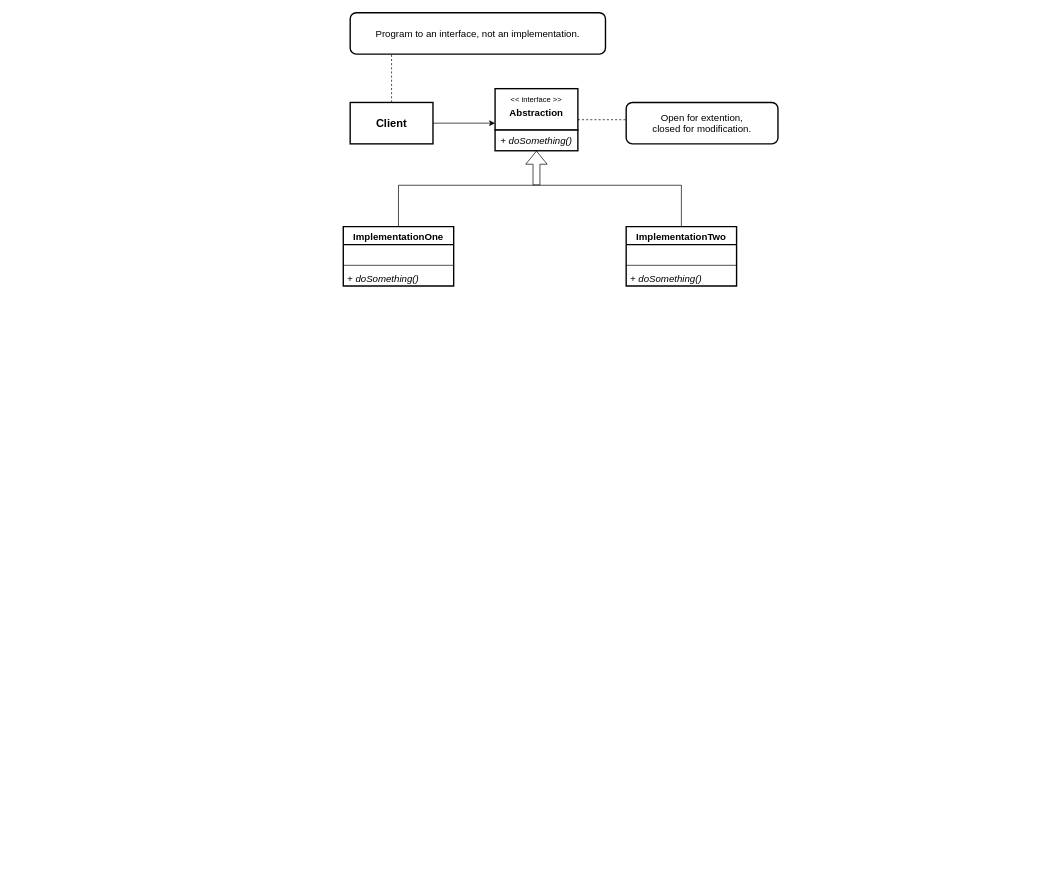
This is Untitled Diagram.drawio from tuihoclaptrinh/air-condition, a draw.io file, before an edit. Source tidied: cells renumbered, new cells numbered last; positions are measured from the earlier drawing's top-left corner, leaving out a move shared by most shapes. Both pictures are drawn from the tidied source at 69%, with x=0, y=0 at pixel (343, 12).
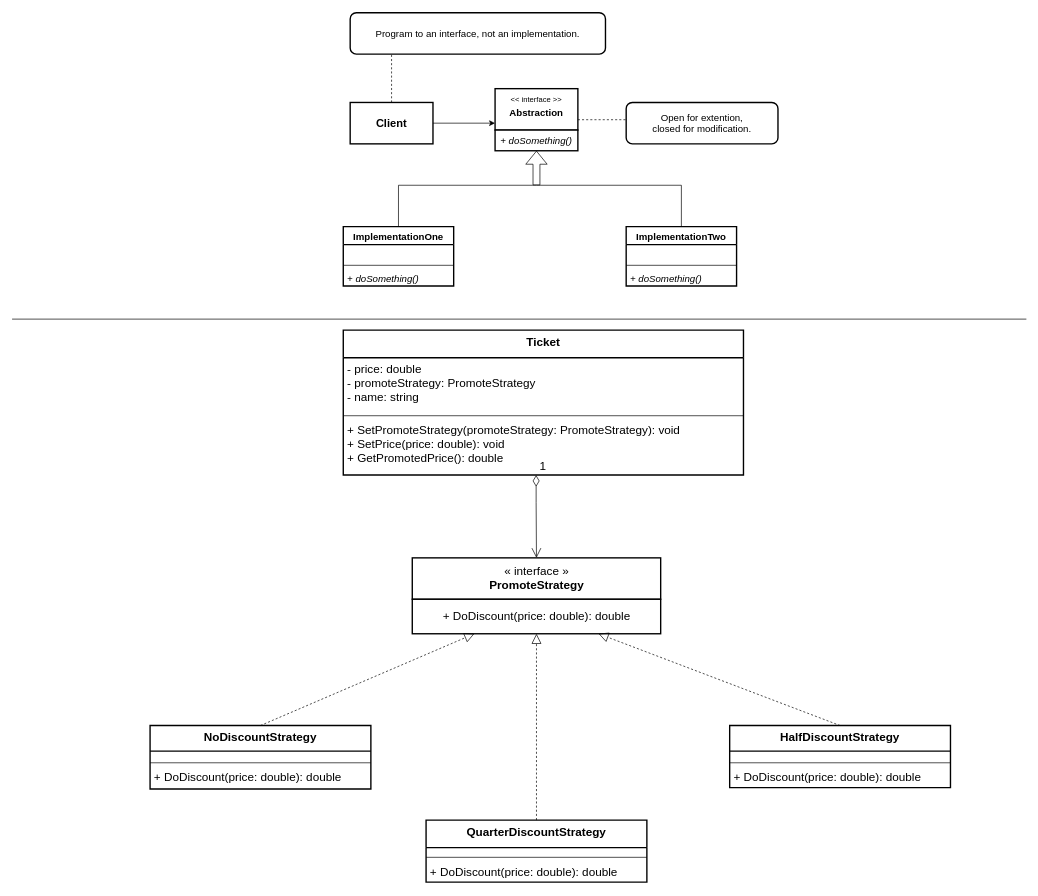
The same diagram, later.

The edit, as a diff of the source:
```diff
@@
+    <mxCell id="28" value="Ticket" style="swimlane;fontStyle=1;align=center;verticalAlign=top;horizontal=1;startSize=40;fontSize=17;strokeWidth=2;" parent="1" vertex="1">
+      <mxGeometry y="460" width="580" height="210" as="geometry" />
+    </mxCell>
+    <mxCell id="29" value="- price: double&#10;- promoteStrategy: PromoteStrategy &#10;- name: string&#10;" style="text;strokeColor=none;fillColor=none;align=left;verticalAlign=top;spacingLeft=4;spacingRight=4;overflow=hidden;fontSize=17;" parent="28" vertex="1">
+      <mxGeometry y="40" width="580" height="80" as="geometry" />
+    </mxCell>
+    <mxCell id="30" style="line;strokeWidth=1;fillColor=none;align=left;verticalAlign=middle;spacingTop=-1;spacingLeft=3;spacingRight=3;labelPosition=right;fontSize=17;" parent="28" vertex="1">
+      <mxGeometry y="120" width="580" height="8" as="geometry" />
+    </mxCell>
+    <mxCell id="31" value="+ SetPromoteStrategy(promoteStrategy: PromoteStrategy): void&#10;+ SetPrice(price: double): void&#10;+ GetPromotedPrice(): double" style="text;strokeColor=none;fillColor=none;align=left;verticalAlign=top;spacingLeft=4;spacingRight=4;overflow=hidden;fontSize=17;" parent="28" vertex="1">
+      <mxGeometry y="128" width="580" height="82" as="geometry" />
+    </mxCell>
+    <mxCell id="32" style="line;strokeWidth=1;fillColor=none;align=left;verticalAlign=middle;spacingTop=-1;spacingLeft=3;spacingRight=3;labelPosition=right;fontSize=17;" parent="1" vertex="1">
+      <mxGeometry x="-480" y="440" width="1470" height="8" as="geometry" />
+    </mxCell>
+    <mxCell id="33" value="1" style="endArrow=open;html=1;endSize=12;startArrow=diamondThin;startSize=14;startFill=0;edgeStyle=orthogonalEdgeStyle;align=left;verticalAlign=bottom;rounded=0;fontSize=17;" parent="1" edge="1">
+      <mxGeometry x="-1" y="3" relative="1" as="geometry">
+        <mxPoint x="279.5" y="670" as="sourcePoint" />
+        <mxPoint x="280" y="790" as="targetPoint" />
+        <Array as="points">
+          <mxPoint x="280" y="710" />
+          <mxPoint x="280" y="710" />
+        </Array>
+      </mxGeometry>
+    </mxCell>
+    <mxCell id="34" value="« interface »&lt;br&gt;&lt;b&gt;PromoteStrategy&lt;/b&gt;" style="html=1;fontSize=17;strokeWidth=2;" parent="1" vertex="1">
+      <mxGeometry x="100" y="790" width="360" height="60" as="geometry" />
+    </mxCell>
+    <mxCell id="35" value="+ DoDiscount(price: double): double" style="html=1;fontSize=17;strokeWidth=2;" parent="1" vertex="1">
+      <mxGeometry x="100" y="850" width="360" height="50" as="geometry" />
+    </mxCell>
+    <mxCell id="36" value="NoDiscountStrategy" style="swimlane;fontStyle=1;align=center;verticalAlign=top;horizontal=1;startSize=37;fontSize=17;strokeWidth=2;" parent="1" vertex="1">
+      <mxGeometry x="-280" y="1033" width="320" height="92" as="geometry" />
+    </mxCell>
+    <mxCell id="37" value=" " style="text;strokeColor=none;fillColor=none;align=left;verticalAlign=top;spacingLeft=4;spacingRight=4;overflow=hidden;fontSize=17;" parent="36" vertex="1">
+      <mxGeometry y="37" width="320" height="13" as="geometry" />
+    </mxCell>
+    <mxCell id="38" style="line;strokeWidth=1;fillColor=none;align=left;verticalAlign=middle;spacingTop=-1;spacingLeft=3;spacingRight=3;labelPosition=right;fontSize=17;" parent="36" vertex="1">
+      <mxGeometry y="50" width="320" height="8" as="geometry" />
+    </mxCell>
+    <mxCell id="39" value="+ DoDiscount(price: double): double" style="text;strokeColor=none;fillColor=none;align=left;verticalAlign=top;spacingLeft=4;spacingRight=4;overflow=hidden;fontSize=17;" parent="36" vertex="1">
+      <mxGeometry y="58" width="320" height="34" as="geometry" />
+    </mxCell>
+    <mxCell id="40" value="HalfDiscountStrategy" style="swimlane;fontStyle=1;align=center;verticalAlign=top;horizontal=1;startSize=37;fontSize=17;strokeWidth=2;" parent="1" vertex="1">
+      <mxGeometry x="560" y="1033" width="320" height="90" as="geometry" />
+    </mxCell>
+    <mxCell id="41" value=" " style="text;strokeColor=none;fillColor=none;align=left;verticalAlign=top;spacingLeft=4;spacingRight=4;overflow=hidden;fontSize=17;" parent="40" vertex="1">
+      <mxGeometry y="37" width="320" height="13" as="geometry" />
+    </mxCell>
+    <mxCell id="42" style="line;strokeWidth=1;fillColor=none;align=left;verticalAlign=middle;spacingTop=-1;spacingLeft=3;spacingRight=3;labelPosition=right;fontSize=17;" parent="40" vertex="1">
+      <mxGeometry y="50" width="320" height="8" as="geometry" />
+    </mxCell>
+    <mxCell id="43" value="+ DoDiscount(price: double): double" style="text;strokeColor=none;fillColor=none;align=left;verticalAlign=top;spacingLeft=4;spacingRight=4;overflow=hidden;fontSize=17;" parent="40" vertex="1">
+      <mxGeometry y="58" width="320" height="32" as="geometry" />
+    </mxCell>
+    <mxCell id="44" value="QuarterDiscountStrategy" style="swimlane;fontStyle=1;align=center;verticalAlign=top;horizontal=1;startSize=40;fontSize=17;strokeWidth=2;" parent="1" vertex="1">
+      <mxGeometry x="120" y="1170" width="320" height="90" as="geometry" />
+    </mxCell>
+    <mxCell id="45" value=" " style="text;strokeColor=none;fillColor=none;align=left;verticalAlign=top;spacingLeft=4;spacingRight=4;overflow=hidden;fontSize=17;" parent="44" vertex="1">
+      <mxGeometry y="40" width="320" height="10" as="geometry" />
+    </mxCell>
+    <mxCell id="46" style="line;strokeWidth=1;fillColor=none;align=left;verticalAlign=middle;spacingTop=-1;spacingLeft=3;spacingRight=3;labelPosition=right;fontSize=17;" parent="44" vertex="1">
+      <mxGeometry y="50" width="320" height="8" as="geometry" />
+    </mxCell>
+    <mxCell id="47" value="+ DoDiscount(price: double): double" style="text;strokeColor=none;fillColor=none;align=left;verticalAlign=top;spacingLeft=4;spacingRight=4;overflow=hidden;fontSize=17;" parent="44" vertex="1">
+      <mxGeometry y="58" width="320" height="32" as="geometry" />
+    </mxCell>
+    <mxCell id="48" style="endArrow=block;dashed=1;endFill=0;endSize=12;html=1;rounded=0;fontSize=25;exitX=0.5;exitY=0;exitDx=0;exitDy=0;entryX=0.25;entryY=1;entryDx=0;entryDy=0;" parent="1" edge="1" source="36" target="35">
+      <mxGeometry relative="1" as="geometry" />
+    </mxCell>
+    <mxCell id="49" style="endArrow=block;dashed=1;endFill=0;endSize=12;html=1;rounded=0;fontSize=25;exitX=0.5;exitY=0;exitDx=0;exitDy=0;entryX=0.5;entryY=1;entryDx=0;entryDy=0;" parent="1" edge="1" source="44" target="35">
+      <mxGeometry relative="1" as="geometry" />
+    </mxCell>
+    <mxCell id="50" style="endArrow=block;dashed=1;endFill=0;endSize=12;html=1;rounded=0;fontSize=25;exitX=0.5;exitY=0;exitDx=0;exitDy=0;entryX=0.75;entryY=1;entryDx=0;entryDy=0;" parent="1" edge="1" source="40" target="35">
+      <mxGeometry relative="1" as="geometry" />
+    </mxCell>
```
